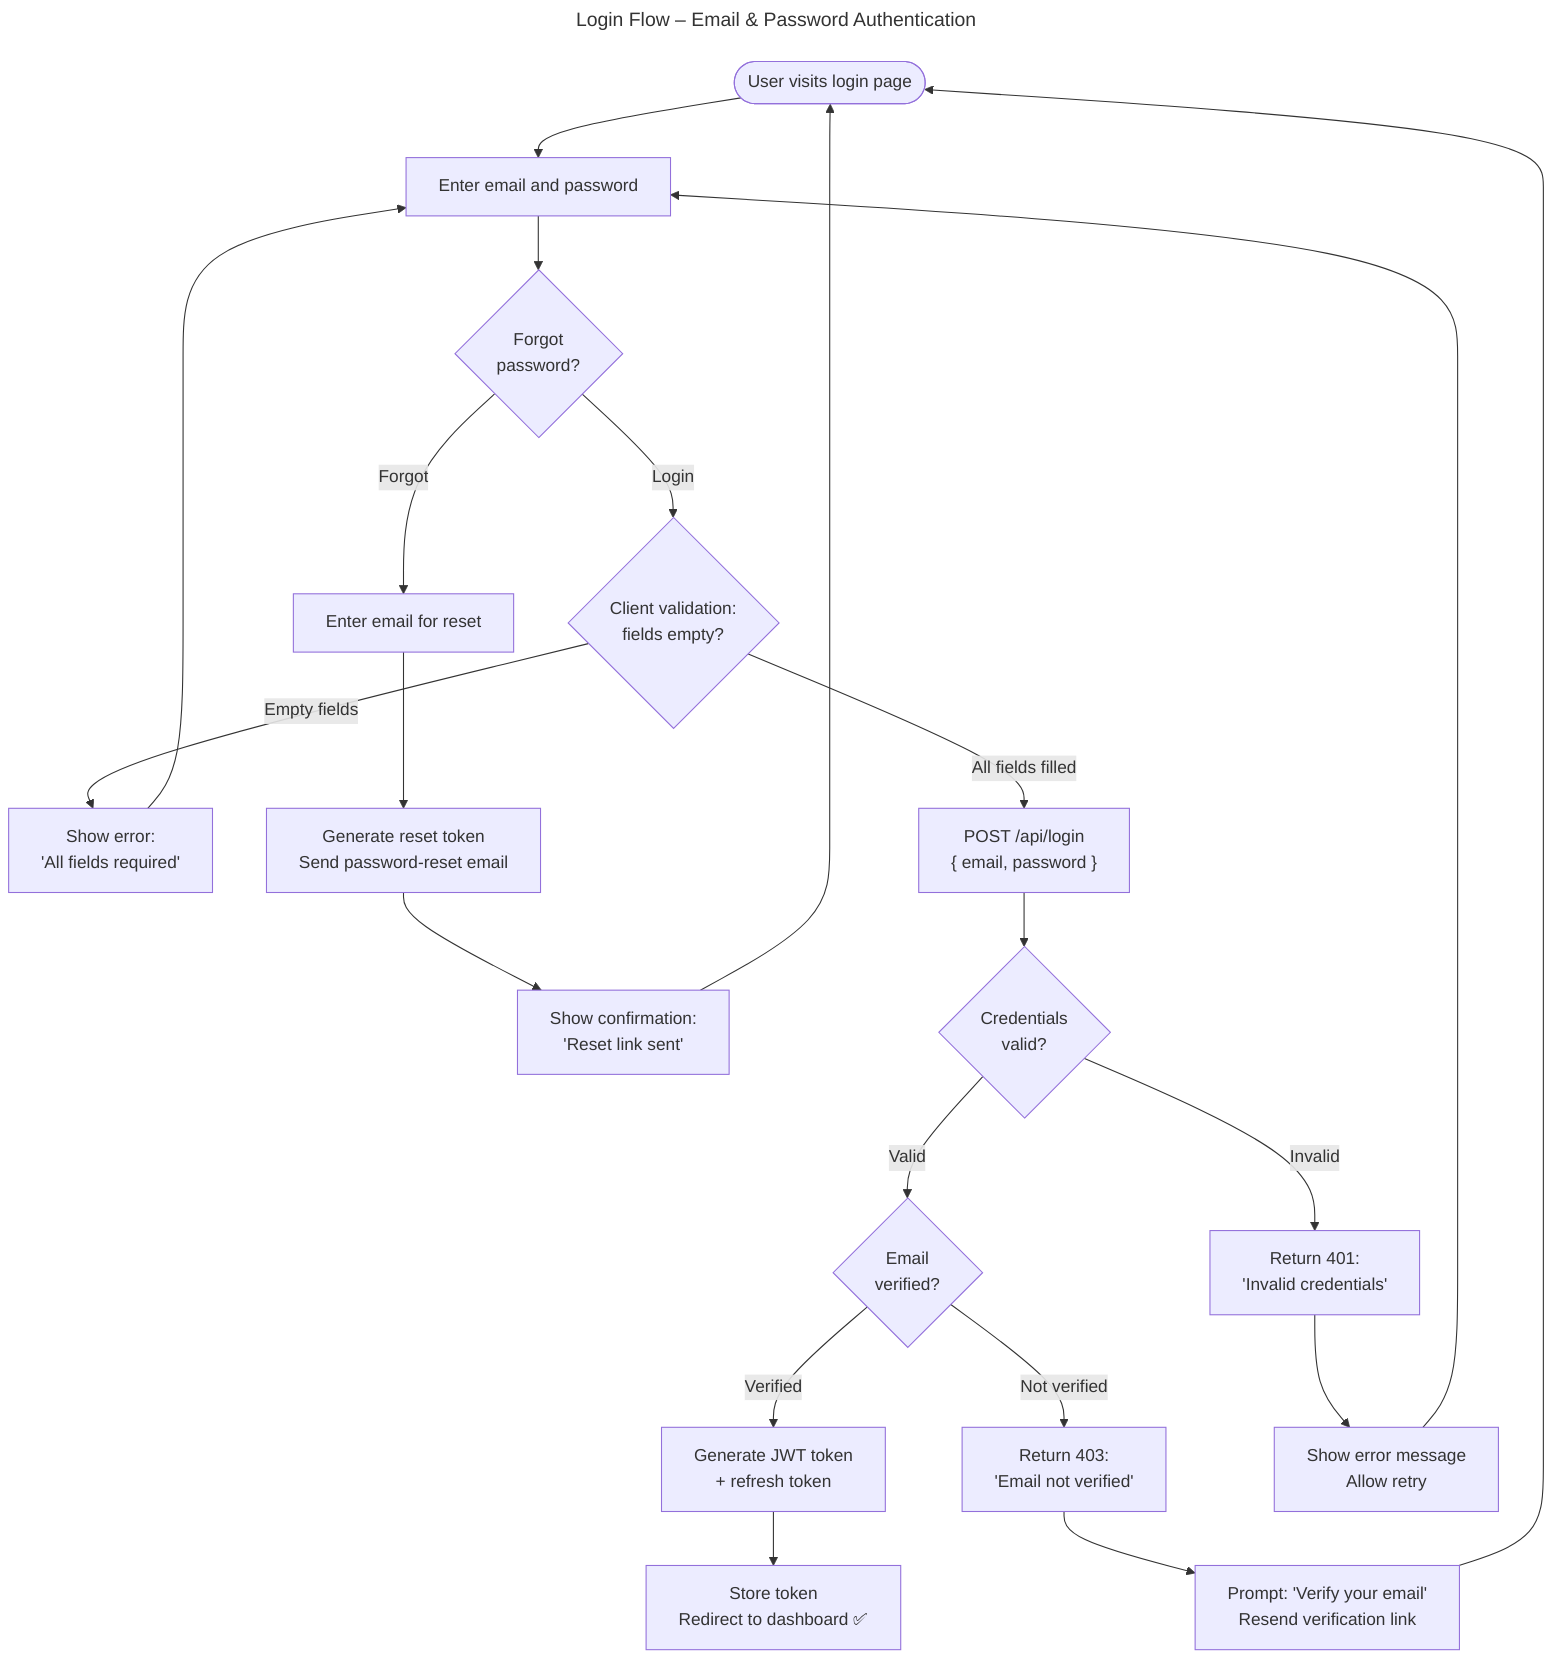
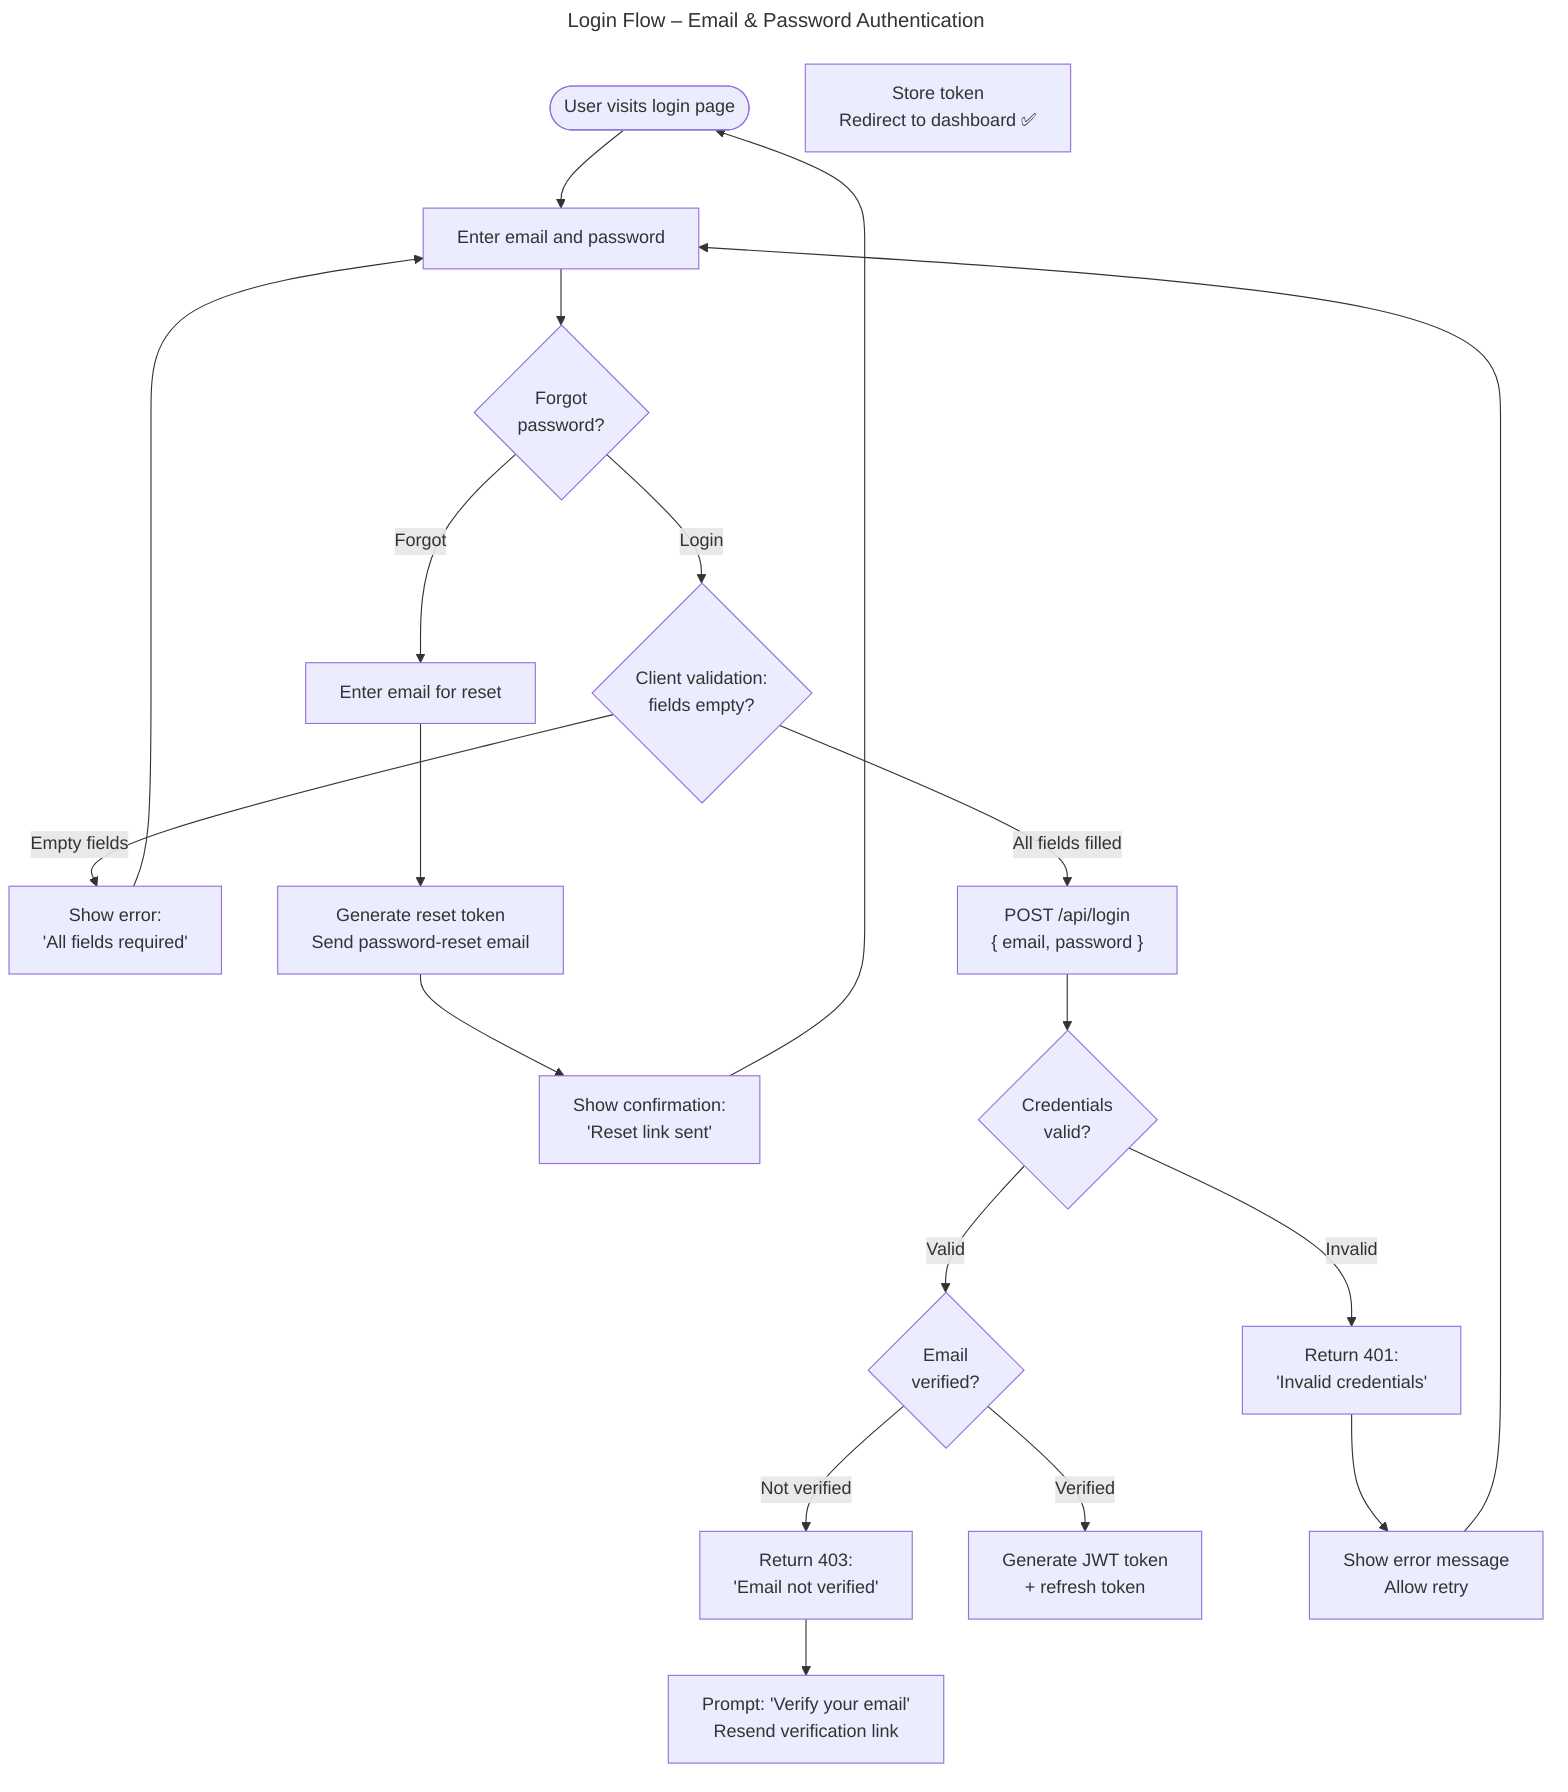
---
title: Login Flow – Email & Password Authentication
theme: dark
---

flowchart TD
    A([User visits login page])
    B[Enter email and password]
    C{"Forgot\npassword?"}
    D[Enter email for reset]
    E[Show confirmation:\n'Reset link sent']
    F{"Client validation:\nfields empty?"}
    G[Show error:\n'All fields required']
    H["POST /api/login\n{ email, password }"]

    J{"Credentials\nvalid?"}
    K[Return 401:\n'Invalid credentials']
    L{"Email\nverified?"}
    M[Return 403:\n'Email not verified']
    N["Generate JWT token\n+ refresh token"]

    O["Generate reset token\nSend password-reset email"]

    P[Show error message\nAllow retry]
    Q["Prompt: 'Verify your email'\nResend verification link"]
    R[Store token\nRedirect to dashboard ✅]

    A --> B
    B --> C
    C -->|"Forgot"| D
    C -->|"Login"| F
    D --> O
    O --> E
    E --> A

    F -->|"Empty fields"| G
    G --> B
    F -->|"All fields filled"| H
    H --> J

    J -->|"Invalid"| K
    K --> P
    P --> B

    J -->|"Valid"| L
    L -->|"Not verified"| M
    M --> Q
-     Q --> A
+ 

    L -->|"Verified"| N
-     N --> R


- %%# @3,-16 Hola+ 
+ %%# @155,55 Hola